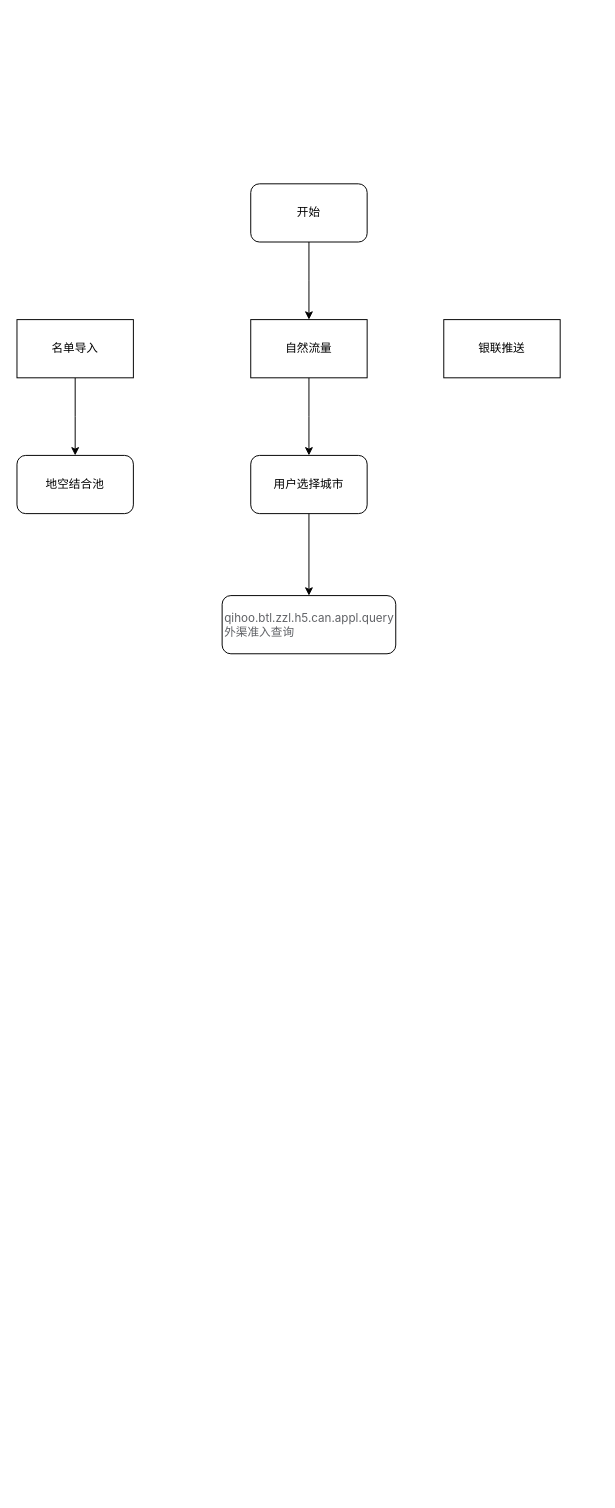
The draw.io diagram 全直通流程.drawio in slayerlwx/processImg, before the edit. Source tidied: cells renumbered, new cells numbered last; positions are measured from the earlier drawing's top-left corner, leaving out a move shared by most shapes. Both pictures are drawn from the tidied source at 97%, with x=0, y=0 at pixel (16, 183).
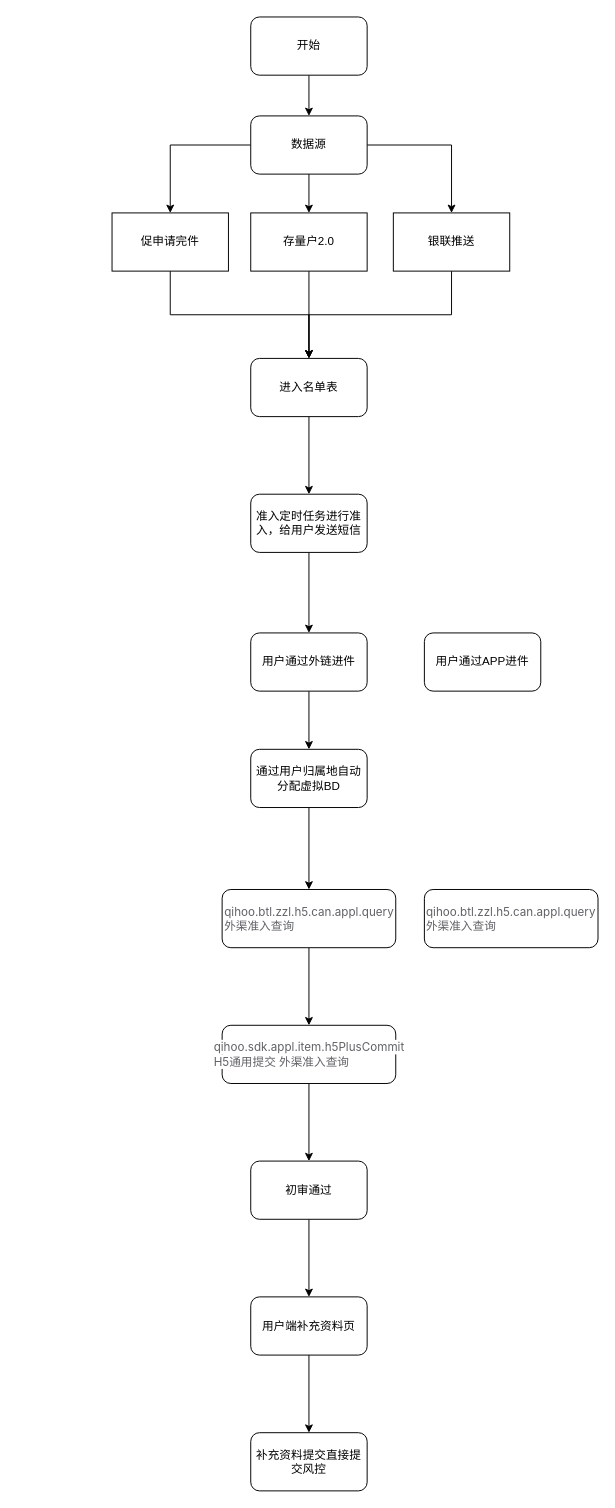
The same page after the edit.

Commit message:
更新全直通流程.drawio

Change to the diagram source:
```diff
@@
-    <mxCell id="2" style="edgeStyle=orthogonalEdgeStyle;rounded=0;jettySize=auto;html=1;" parent="1" edge="1" source="3">
-      <mxGeometry relative="1" as="geometry">
-        <mxPoint x="301" y="140" as="targetPoint" />
-      </mxGeometry>
-    </mxCell>
-    <mxCell id="3" value="开始" style="rounded=1;whiteSpace=wrap;html=1;" parent="1" vertex="1">
-      <mxGeometry x="241" width="120" height="60" as="geometry" />
-    </mxCell>
-    <mxCell id="4" style="edgeStyle=orthogonalEdgeStyle;rounded=0;jettySize=auto;html=1;" parent="1" edge="1" source="5">
-      <mxGeometry relative="1" as="geometry">
-        <mxPoint x="301" y="280" as="targetPoint" />
-      </mxGeometry>
-    </mxCell>
-    <mxCell id="5" value="自然流量" style="rounded=0;whiteSpace=wrap;html=1;" parent="1" vertex="1">
-      <mxGeometry x="241" y="140" width="120" height="60" as="geometry" />
-    </mxCell>
-    <mxCell id="6" style="edgeStyle=orthogonalEdgeStyle;rounded=0;jettySize=auto;html=1;" parent="1" edge="1" source="7">
-      <mxGeometry relative="1" as="geometry">
-        <mxPoint x="60" y="280" as="targetPoint" />
-      </mxGeometry>
-    </mxCell>
-    <mxCell id="7" value="名单导入" style="rounded=0;whiteSpace=wrap;html=1;" parent="1" vertex="1">
-      <mxGeometry y="140" width="120" height="60" as="geometry" />
-    </mxCell>
+    <mxCell id="13" style="edgeStyle=orthogonalEdgeStyle;rounded=0;jettySize=auto;html=1;exitX=0.5;exitY=1;exitDx=0;exitDy=0;entryX=0.5;entryY=0;entryDx=0;entryDy=0;" parent="1" edge="1" source="8" target="9">
+      <mxGeometry relative="1" as="geometry" />
+    </mxCell>
     <mxCell id="8" value="银联推送" style="rounded=0;whiteSpace=wrap;html=1;" parent="1" vertex="1">
-      <mxGeometry x="440" y="140" width="120" height="60" as="geometry" />
+      <mxGeometry x="388" y="30" width="120" height="60" as="geometry" />
     </mxCell>
+    <mxCell id="14" style="edgeStyle=orthogonalEdgeStyle;rounded=0;jettySize=auto;html=1;" parent="1" edge="1" source="9" target="24">
+      <mxGeometry relative="1" as="geometry" />
+    </mxCell>
-    <mxCell id="9" value="地空结合池" style="rounded=1;whiteSpace=wrap;html=1;" parent="1" vertex="1">
-      <mxGeometry y="280" width="120" height="60" as="geometry" />
+    <mxCell id="9" value="进入名单表" style="rounded=1;whiteSpace=wrap;html=1;" parent="1" vertex="1">
+      <mxGeometry x="241" y="180" width="120" height="60" as="geometry" />
     </mxCell>
@@
-    <mxCell id="11" value="用户选择城市" style="rounded=1;whiteSpace=wrap;html=1;" parent="1" vertex="1">
-      <mxGeometry x="241" y="280" width="120" height="60" as="geometry" />
+    <mxCell id="11" value="通过用户归属地自动分配虚拟BD" style="rounded=1;whiteSpace=wrap;html=1;" parent="1" vertex="1">
+      <mxGeometry x="241" y="583" width="120" height="60" as="geometry" />
     </mxCell>
+    <mxCell id="15" style="edgeStyle=orthogonalEdgeStyle;rounded=0;jettySize=auto;html=1;" parent="1" edge="1" source="12" target="17">
+      <mxGeometry relative="1" as="geometry" />
+    </mxCell>
     <mxCell id="12" value="&lt;span style=&quot;color: rgb(96, 98, 102); font-family: -apple-system, BlinkMacSystemFont, &amp;quot;Segoe UI&amp;quot;, &amp;quot;PingFang SC&amp;quot;, &amp;quot;Hiragino Sans GB&amp;quot;, &amp;quot;Microsoft YaHei&amp;quot;, &amp;quot;Helvetica Neue&amp;quot;, Helvetica, Arial, sans-serif, &amp;quot;Apple Color Emoji&amp;quot;, &amp;quot;Segoe UI Emoji&amp;quot;, &amp;quot;Segoe UI Symbol&amp;quot;; text-align: left; white-space-collapse: preserve; background-color: rgb(255, 255, 255);&quot;&gt;qihoo.btl.zzl.h5.can.appl.query&lt;/span&gt;&lt;div style=&quot;text-align: left;&quot;&gt;&lt;font face=&quot;-apple-system, BlinkMacSystemFont, Segoe UI, PingFang SC, Hiragino Sans GB, Microsoft YaHei, Helvetica Neue, Helvetica, Arial, sans-serif, Apple Color Emoji, Segoe UI Emoji, Segoe UI Symbol&quot; color=&quot;#606266&quot;&gt;&lt;span style=&quot;white-space-collapse: preserve; background-color: rgb(255, 255, 255);&quot;&gt;外渠准入查询&lt;/span&gt;&lt;/font&gt;&lt;/div&gt;" style="whiteSpace=wrap;html=1;rounded=1;" parent="1" vertex="1">
-      <mxGeometry x="211.5" y="424.5" width="179" height="60" as="geometry" />
+      <mxGeometry x="211.5" y="727.5" width="179" height="60" as="geometry" />
     </mxCell>
+    <mxCell id="16" style="edgeStyle=orthogonalEdgeStyle;rounded=0;jettySize=auto;html=1;" parent="1" edge="1" source="17" target="19">
+      <mxGeometry relative="1" as="geometry" />
+    </mxCell>
+    <mxCell id="17" value="&lt;div style=&quot;text-align: left;&quot;&gt;&lt;span style=&quot;color: rgb(96, 98, 102); font-family: -apple-system, BlinkMacSystemFont, &amp;quot;Segoe UI&amp;quot;, &amp;quot;PingFang SC&amp;quot;, &amp;quot;Hiragino Sans GB&amp;quot;, &amp;quot;Microsoft YaHei&amp;quot;, &amp;quot;Helvetica Neue&amp;quot;, Helvetica, Arial, sans-serif, &amp;quot;Apple Color Emoji&amp;quot;, &amp;quot;Segoe UI Emoji&amp;quot;, &amp;quot;Segoe UI Symbol&amp;quot;; white-space-collapse: preserve; background-color: rgb(255, 255, 255);&quot;&gt;qihoo.sdk.appl.item.h5PlusCommit&lt;/span&gt;&lt;/div&gt;&lt;div style=&quot;text-align: left;&quot;&gt;&lt;font face=&quot;-apple-system, BlinkMacSystemFont, Segoe UI, PingFang SC, Hiragino Sans GB, Microsoft YaHei, Helvetica Neue, Helvetica, Arial, sans-serif, Apple Color Emoji, Segoe UI Emoji, Segoe UI Symbol&quot; color=&quot;#606266&quot;&gt;&lt;span style=&quot;white-space-collapse: preserve; background-color: rgb(255, 255, 255);&quot;&gt;&lt;font class=&quot;__Cici__translate__ __Cici_translate_similar_text_content__&quot;&gt;H5通用提交 &lt;font style=&quot;display: inline-block;&quot; class=&quot;__Cici_translate_translated_inject_node__&quot;&gt;&lt;span&gt;外渠准入查询&lt;/span&gt;&lt;/font&gt;&lt;/font&gt;&lt;/span&gt;&lt;/font&gt;&lt;/div&gt;" style="whiteSpace=wrap;html=1;rounded=1;" parent="1" vertex="1">
+      <mxGeometry x="211.5" y="867.5" width="179" height="60" as="geometry" />
+    </mxCell>
+    <mxCell id="18" style="edgeStyle=orthogonalEdgeStyle;rounded=0;jettySize=auto;html=1;" parent="1" edge="1" source="19" target="21">
+      <mxGeometry relative="1" as="geometry" />
+    </mxCell>
+    <mxCell id="19" value="初审通过" style="whiteSpace=wrap;html=1;rounded=1;" parent="1" vertex="1">
+      <mxGeometry x="241" y="1007.5" width="120" height="60" as="geometry" />
+    </mxCell>
+    <mxCell id="20" style="edgeStyle=orthogonalEdgeStyle;rounded=0;jettySize=auto;html=1;" parent="1" edge="1" source="21" target="22">
+      <mxGeometry relative="1" as="geometry" />
+    </mxCell>
+    <mxCell id="21" value="用户端补充资料页" style="whiteSpace=wrap;html=1;rounded=1;" parent="1" vertex="1">
+      <mxGeometry x="241" y="1147.5" width="120" height="60" as="geometry" />
+    </mxCell>
+    <mxCell id="22" value="补充资料提交直接提交风控" style="whiteSpace=wrap;html=1;rounded=1;" parent="1" vertex="1">
+      <mxGeometry x="241" y="1287.5" width="120" height="60" as="geometry" />
+    </mxCell>
+    <mxCell id="23" style="edgeStyle=orthogonalEdgeStyle;rounded=0;jettySize=auto;html=1;" parent="1" edge="1" source="24" target="26">
+      <mxGeometry relative="1" as="geometry" />
+    </mxCell>
+    <mxCell id="24" value="准入定时任务进行准入，给用户发送短信" style="whiteSpace=wrap;html=1;rounded=1;" parent="1" vertex="1">
+      <mxGeometry x="241" y="320" width="120" height="60" as="geometry" />
+    </mxCell>
+    <mxCell id="25" style="edgeStyle=orthogonalEdgeStyle;rounded=0;jettySize=auto;html=1;exitX=0.5;exitY=1;exitDx=0;exitDy=0;entryX=0.5;entryY=0;entryDx=0;entryDy=0;" parent="1" edge="1" source="26" target="11">
+      <mxGeometry relative="1" as="geometry" />
+    </mxCell>
+    <mxCell id="26" value="用户通过外链进件" style="whiteSpace=wrap;html=1;rounded=1;" parent="1" vertex="1">
+      <mxGeometry x="241" y="463" width="120" height="60" as="geometry" />
+    </mxCell>
+    <mxCell id="27" style="edgeStyle=orthogonalEdgeStyle;rounded=0;jettySize=auto;html=1;exitX=0.5;exitY=1;exitDx=0;exitDy=0;entryX=0.5;entryY=0;entryDx=0;entryDy=0;" parent="1" edge="1" source="28" target="9">
+      <mxGeometry relative="1" as="geometry" />
+    </mxCell>
+    <mxCell id="28" value="存量户2.0" style="rounded=0;whiteSpace=wrap;html=1;" parent="1" vertex="1">
+      <mxGeometry x="241" y="30" width="120" height="60" as="geometry" />
+    </mxCell>
+    <mxCell id="29" style="edgeStyle=orthogonalEdgeStyle;rounded=0;jettySize=auto;html=1;exitX=0.5;exitY=1;exitDx=0;exitDy=0;entryX=0.5;entryY=0;entryDx=0;entryDy=0;" parent="1" edge="1" source="30" target="9">
+      <mxGeometry relative="1" as="geometry" />
+    </mxCell>
+    <mxCell id="30" value="促申请完件" style="rounded=0;whiteSpace=wrap;html=1;" parent="1" vertex="1">
+      <mxGeometry x="98" y="30" width="120" height="60" as="geometry" />
+    </mxCell>
+    <mxCell id="31" style="edgeStyle=orthogonalEdgeStyle;rounded=0;jettySize=auto;html=1;" parent="1" edge="1" source="3" target="35">
+      <mxGeometry relative="1" as="geometry" />
+    </mxCell>
+    <mxCell id="3" value="开始" style="rounded=1;whiteSpace=wrap;html=1;" parent="1" vertex="1">
+      <mxGeometry x="241" y="-172" width="120" height="60" as="geometry" />
+    </mxCell>
+    <mxCell id="32" style="edgeStyle=orthogonalEdgeStyle;rounded=0;jettySize=auto;html=1;exitX=0.5;exitY=1;exitDx=0;exitDy=0;entryX=0.5;entryY=0;entryDx=0;entryDy=0;" parent="1" edge="1" source="35" target="28">
+      <mxGeometry relative="1" as="geometry" />
+    </mxCell>
+    <mxCell id="33" style="edgeStyle=orthogonalEdgeStyle;rounded=0;jettySize=auto;html=1;exitX=0;exitY=0.5;exitDx=0;exitDy=0;entryX=0.5;entryY=0;entryDx=0;entryDy=0;" parent="1" edge="1" source="35" target="30">
+      <mxGeometry relative="1" as="geometry" />
+    </mxCell>
+    <mxCell id="34" style="edgeStyle=orthogonalEdgeStyle;rounded=0;jettySize=auto;html=1;exitX=1;exitY=0.5;exitDx=0;exitDy=0;entryX=0.5;entryY=0;entryDx=0;entryDy=0;" parent="1" edge="1" source="35" target="8">
+      <mxGeometry relative="1" as="geometry" />
+    </mxCell>
+    <mxCell id="35" value="数据源" style="whiteSpace=wrap;html=1;rounded=1;" parent="1" vertex="1">
+      <mxGeometry x="241" y="-70" width="120" height="60" as="geometry" />
+    </mxCell>
+    <mxCell id="36" value="用户通过APP进件" style="whiteSpace=wrap;html=1;rounded=1;" parent="1" vertex="1">
+      <mxGeometry x="420" y="463" width="120" height="60" as="geometry" />
+    </mxCell>
+    <mxCell id="37" value="&lt;span style=&quot;color: rgb(96, 98, 102); font-family: -apple-system, BlinkMacSystemFont, &amp;quot;Segoe UI&amp;quot;, &amp;quot;PingFang SC&amp;quot;, &amp;quot;Hiragino Sans GB&amp;quot;, &amp;quot;Microsoft YaHei&amp;quot;, &amp;quot;Helvetica Neue&amp;quot;, Helvetica, Arial, sans-serif, &amp;quot;Apple Color Emoji&amp;quot;, &amp;quot;Segoe UI Emoji&amp;quot;, &amp;quot;Segoe UI Symbol&amp;quot;; text-align: left; white-space-collapse: preserve; background-color: rgb(255, 255, 255);&quot;&gt;qihoo.btl.zzl.h5.can.appl.query&lt;/span&gt;&lt;div style=&quot;text-align: left;&quot;&gt;&lt;font face=&quot;-apple-system, BlinkMacSystemFont, Segoe UI, PingFang SC, Hiragino Sans GB, Microsoft YaHei, Helvetica Neue, Helvetica, Arial, sans-serif, Apple Color Emoji, Segoe UI Emoji, Segoe UI Symbol&quot; color=&quot;#606266&quot;&gt;&lt;span style=&quot;white-space-collapse: preserve; background-color: rgb(255, 255, 255);&quot;&gt;外渠准入查询&lt;/span&gt;&lt;/font&gt;&lt;/div&gt;" style="whiteSpace=wrap;html=1;rounded=1;" parent="1" vertex="1">
+      <mxGeometry x="420" y="727.5" width="179" height="60" as="geometry" />
+    </mxCell>
```
